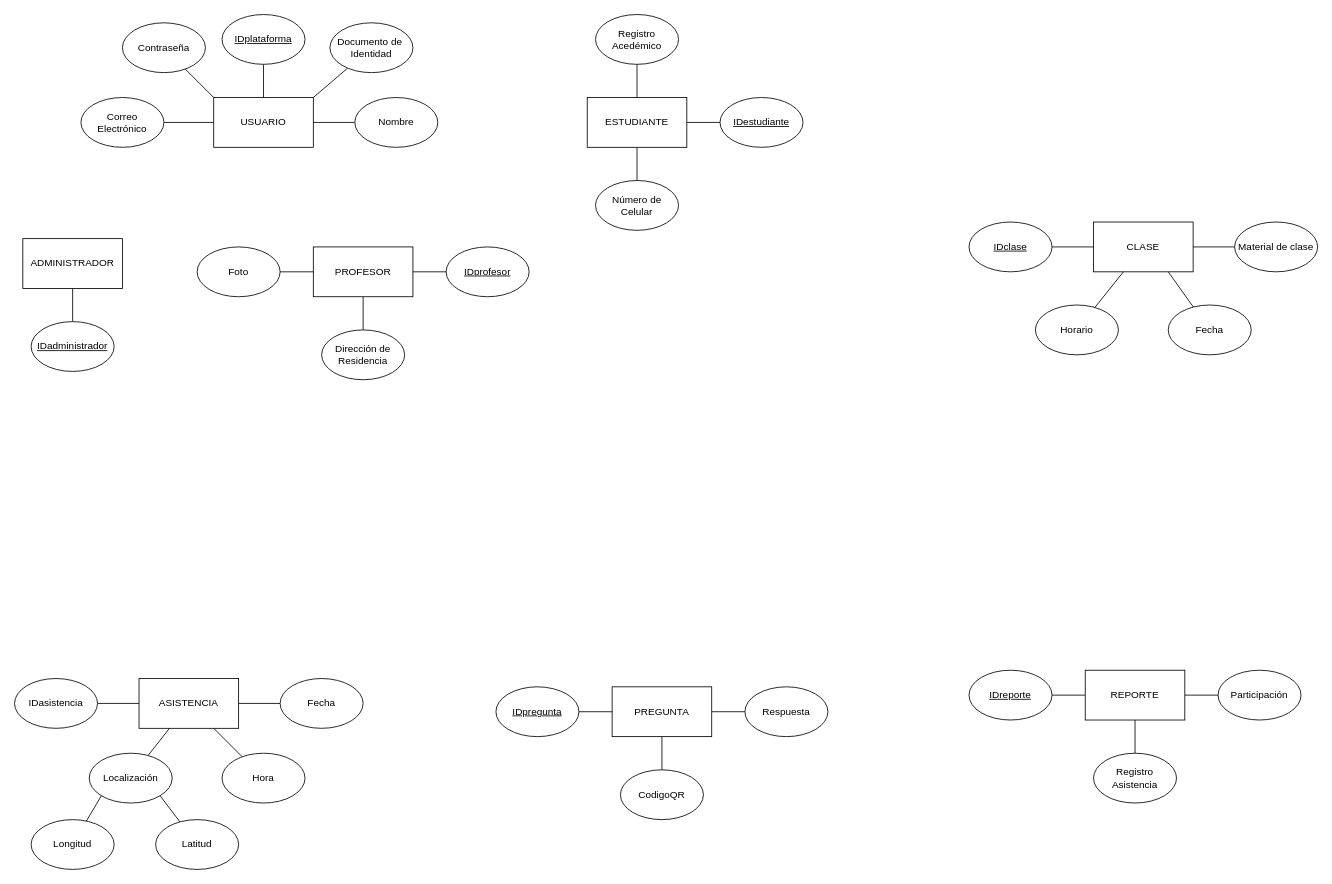
The draw.io diagram Attenzio Entidad-Relación.drawio in 18luisc/Attenzio, before the edit. Source tidied: cells renumbered, new cells numbered last; positions are measured from the earlier drawing's top-left corner, leaving out a move shared by most shapes. Both pictures are drawn from the tidied source at 83%, with x=0, y=0 at pixel (14, 14).
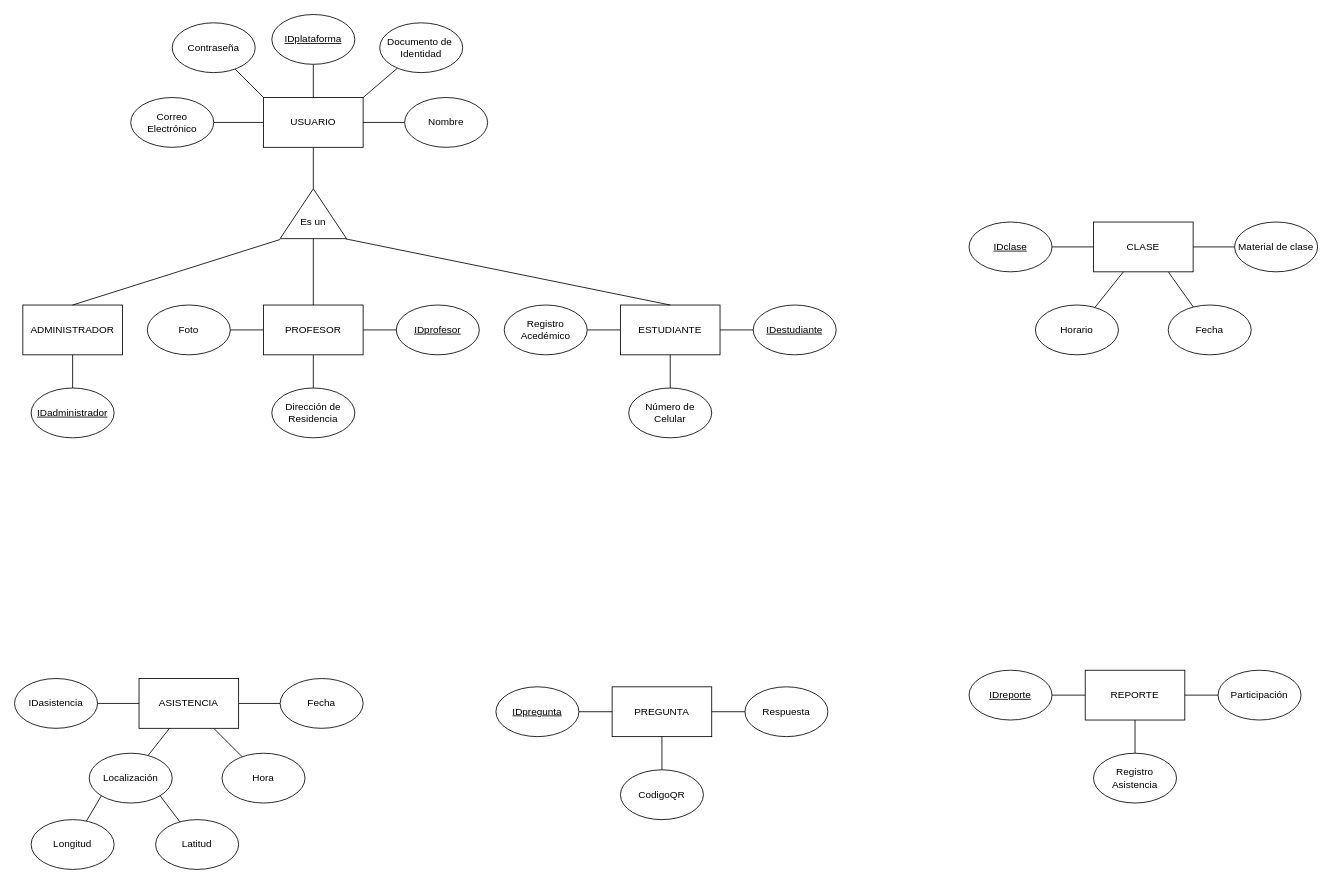
Above is the later version.

Commit message:
Se agrega una generalización

The edit, as a diff of the source:
```diff
@@
+    <mxCell id="66" style="rounded=0;jettySize=auto;html=1;endArrow=none;endFill=0;" parent="1" edge="1" source="4" target="67">
+      <mxGeometry relative="1" as="geometry" />
+    </mxCell>
     <mxCell id="4" value="USUARIO" style="rounded=0;whiteSpace=wrap;html=1;" parent="1" vertex="1">
-      <mxGeometry x="240" y="100" width="120" height="60" as="geometry" />
+      <mxGeometry x="300" y="100" width="120" height="60" as="geometry" />
     </mxCell>
@@
     <mxCell id="7" value="ESTUDIANTE" style="rounded=0;whiteSpace=wrap;html=1;" parent="1" vertex="1">
-      <mxGeometry x="690" y="100" width="120" height="60" as="geometry" />
+      <mxGeometry x="730" y="350" width="120" height="60" as="geometry" />
     </mxCell>
@@
     <mxCell id="11" value="PROFESOR" style="rounded=0;whiteSpace=wrap;html=1;" parent="1" vertex="1">
-      <mxGeometry x="360" y="280" width="120" height="60" as="geometry" />
+      <mxGeometry x="300" y="350" width="120" height="60" as="geometry" />
     </mxCell>
@@
     <mxCell id="13" value="ADMINISTRADOR" style="rounded=0;whiteSpace=wrap;html=1;" parent="1" vertex="1">
-      <mxGeometry x="10" y="270" width="120" height="60" as="geometry" />
+      <mxGeometry x="10" y="350" width="120" height="60" as="geometry" />
     </mxCell>
@@
     <mxCell id="22" value="Documento de&amp;nbsp;&lt;div&gt;Identidad&lt;/div&gt;" style="ellipse;whiteSpace=wrap;html=1;" parent="1" vertex="1">
-      <mxGeometry x="380" y="10" width="100" height="60" as="geometry" />
+      <mxGeometry x="440" y="10" width="100" height="60" as="geometry" />
     </mxCell>
@@
     <mxCell id="24" value="Contraseña" style="ellipse;whiteSpace=wrap;html=1;" parent="1" vertex="1">
-      <mxGeometry x="130" y="10" width="100" height="60" as="geometry" />
+      <mxGeometry x="190" y="10" width="100" height="60" as="geometry" />
     </mxCell>
     <mxCell id="25" value="Correo Electrónico" style="ellipse;whiteSpace=wrap;html=1;" parent="1" vertex="1">
-      <mxGeometry x="80" y="100" width="100" height="60" as="geometry" />
+      <mxGeometry x="140" y="100" width="100" height="60" as="geometry" />
     </mxCell>
@@
     <mxCell id="27" value="Nombre" style="ellipse;whiteSpace=wrap;html=1;" parent="1" vertex="1">
-      <mxGeometry x="410" y="100" width="100" height="60" as="geometry" />
+      <mxGeometry x="470" y="100" width="100" height="60" as="geometry" />
     </mxCell>
     <mxCell id="28" value="&lt;u&gt;IDplataforma&lt;/u&gt;" style="ellipse;whiteSpace=wrap;html=1;" parent="1" vertex="1">
-      <mxGeometry x="250" width="100" height="60" as="geometry" />
+      <mxGeometry x="310" width="100" height="60" as="geometry" />
     </mxCell>
     <mxCell id="29" value="&lt;u&gt;IDestudiante&lt;/u&gt;" style="ellipse;whiteSpace=wrap;html=1;" parent="1" vertex="1">
-      <mxGeometry x="850" y="100" width="100" height="60" as="geometry" />
+      <mxGeometry x="890" y="350" width="100" height="60" as="geometry" />
     </mxCell>
     <mxCell id="30" value="&lt;u&gt;IDprofesor&lt;/u&gt;" style="ellipse;whiteSpace=wrap;html=1;" parent="1" vertex="1">
-      <mxGeometry x="520" y="280" width="100" height="60" as="geometry" />
+      <mxGeometry x="460" y="350" width="100" height="60" as="geometry" />
     </mxCell>
     <mxCell id="31" value="&lt;u&gt;IDadministrador&lt;/u&gt;" style="ellipse;whiteSpace=wrap;html=1;" parent="1" vertex="1">
-      <mxGeometry x="20" y="370" width="100" height="60" as="geometry" />
+      <mxGeometry x="20" y="450" width="100" height="60" as="geometry" />
     </mxCell>
     <mxCell id="32" value="Dirección de Residencia" style="ellipse;whiteSpace=wrap;html=1;" parent="1" vertex="1">
-      <mxGeometry x="370" y="380" width="100" height="60" as="geometry" />
+      <mxGeometry x="310" y="450" width="100" height="60" as="geometry" />
     </mxCell>
     <mxCell id="33" value="Foto" style="ellipse;whiteSpace=wrap;html=1;" parent="1" vertex="1">
-      <mxGeometry x="220" y="280" width="100" height="60" as="geometry" />
+      <mxGeometry x="160" y="350" width="100" height="60" as="geometry" />
     </mxCell>
     <mxCell id="34" value="Número de Celular" style="ellipse;whiteSpace=wrap;html=1;" parent="1" vertex="1">
-      <mxGeometry x="700" y="200" width="100" height="60" as="geometry" />
+      <mxGeometry x="740" y="450" width="100" height="60" as="geometry" />
     </mxCell>
@@
     <mxCell id="36" value="Registro Acedémico" style="ellipse;whiteSpace=wrap;html=1;" parent="1" vertex="1">
-      <mxGeometry x="700" width="100" height="60" as="geometry" />
+      <mxGeometry x="590" y="350" width="100" height="60" as="geometry" />
     </mxCell>
@@
+    <mxCell id="67" style="triangle;whiteSpace=wrap;html=1;rotation=-90;" parent="1" vertex="1">
+      <mxGeometry x="330" y="200" width="60" height="80" as="geometry" />
+    </mxCell>
+    <mxCell id="68" value="Es un" style="text;html=1;align=center;verticalAlign=middle;whiteSpace=wrap;rounded=0;" parent="1" vertex="1">
+      <mxGeometry x="340" y="240" width="40" height="20" as="geometry" />
+    </mxCell>
+    <mxCell id="69" style="endArrow=none;html=1;rounded=0;entryX=0.5;entryY=0;entryDx=0;entryDy=0;exitX=-0.006;exitY=0.991;exitDx=0;exitDy=0;exitPerimeter=0;" parent="1" edge="1" source="67" target="7">
+      <mxGeometry relative="1" as="geometry" />
+    </mxCell>
+    <mxCell id="70" style="endArrow=none;html=1;rounded=0;exitX=0;exitY=0.5;exitDx=0;exitDy=0;entryX=0.5;entryY=0;entryDx=0;entryDy=0;" parent="1" edge="1" source="67" target="11">
+      <mxGeometry relative="1" as="geometry" />
+    </mxCell>
+    <mxCell id="71" style="endArrow=none;html=1;rounded=0;exitX=0.5;exitY=0;exitDx=0;exitDy=0;entryX=-0.017;entryY=0;entryDx=0;entryDy=0;entryPerimeter=0;" parent="1" edge="1" source="13" target="67">
+      <mxGeometry relative="1" as="geometry" />
+    </mxCell>
```
